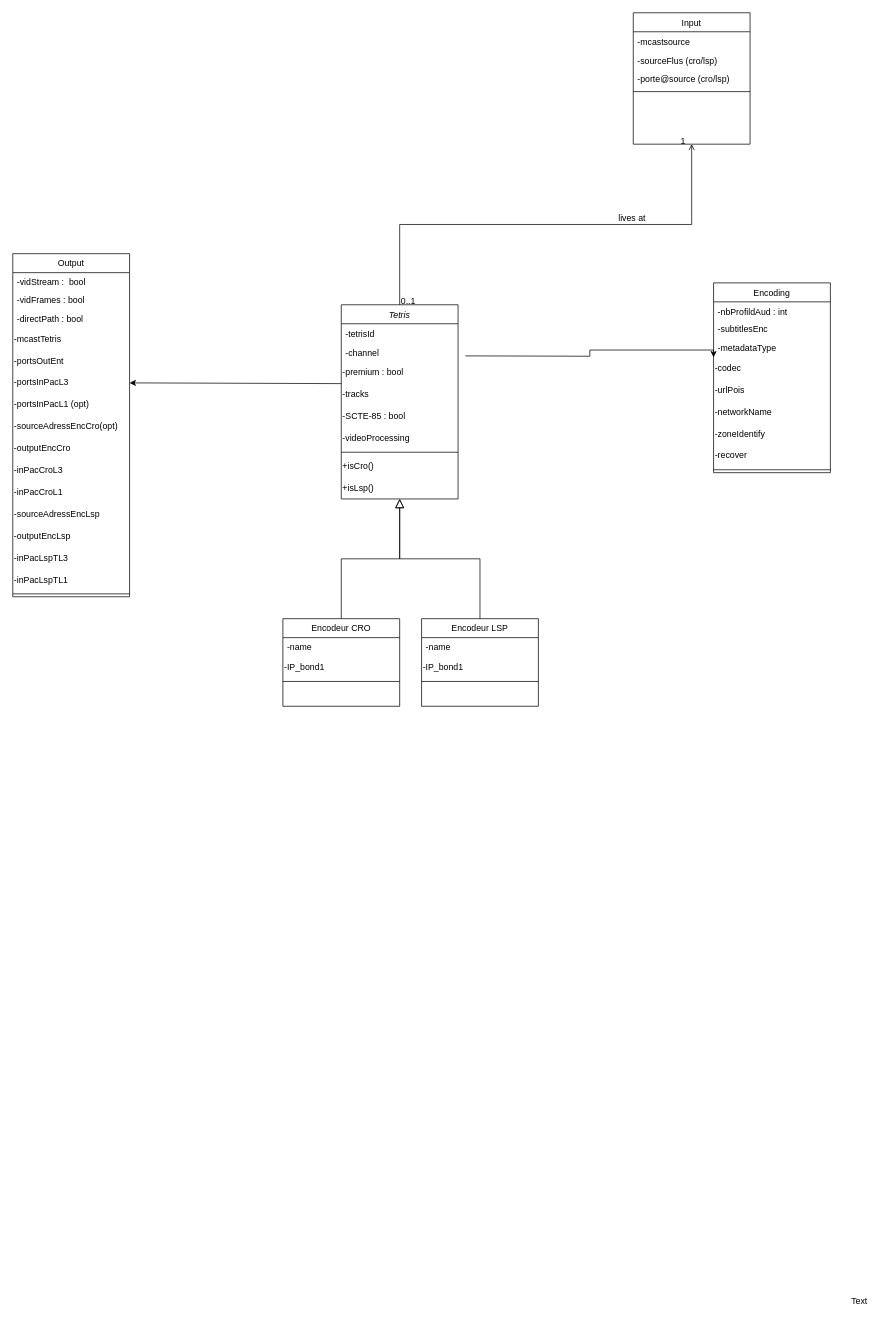
The draw.io diagram Encodeur skyline OTT.drawio in Amegbedji-Thais/api, before the edit. Source tidied: cells renumbered, new cells numbered last; positions are measured from the earlier drawing's top-left corner, leaving out a move shared by most shapes. Both pictures are drawn from the tidied source at 73%, with x=0, y=0 at pixel (12, 12).
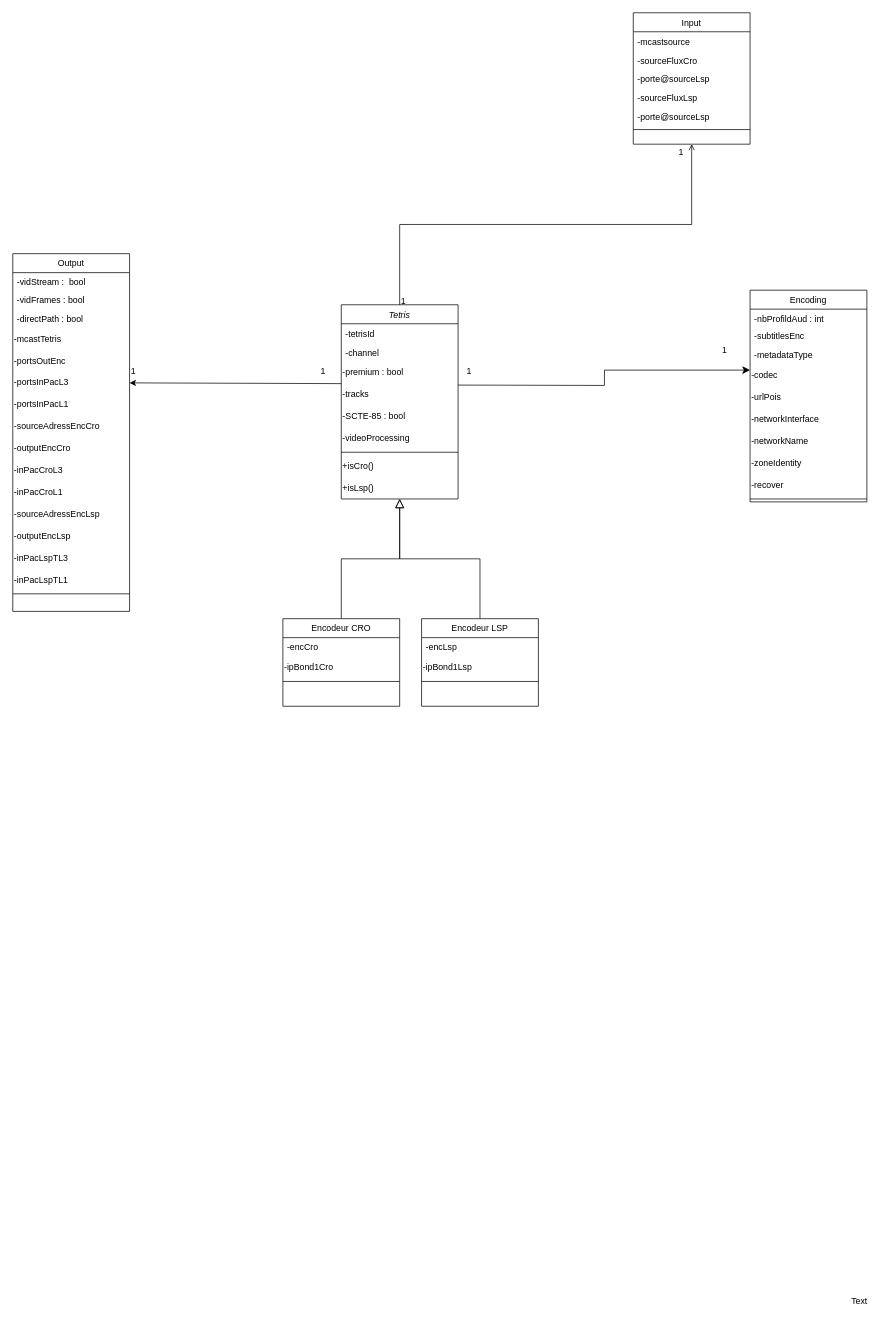
After the change.

The change refers to these unchanged cells:
```xml
<mxCell id="13" value="Encodeur LSP" style="swimlane;fontStyle=0;align=center;verticalAlign=top;horizontal=1;startSize=26;rounded=0;shadow=0;strokeWidth=1;" parent="1" vertex="1">
  <mxGeometry x="560" y="830" width="160" height="120" as="geometry" />
</mxCell>
<mxCell id="18" value="Input" style="swimlane;fontStyle=0;align=center;verticalAlign=top;horizontal=1;startSize=26;rounded=0;shadow=0;strokeWidth=1;" parent="1" vertex="1">
  <mxGeometry x="850" width="160" height="180" as="geometry" />
</mxCell>
<mxCell id="23" style="endArrow=open;shadow=0;strokeWidth=1;rounded=0;endFill=1;edgeStyle=elbowEdgeStyle;elbow=vertical;" parent="1" edge="1" source="2" target="18">
  <mxGeometry x="0.5" y="41" relative="1" as="geometry">
    <mxPoint x="-40" y="32" as="offset" />
  </mxGeometry>
</mxCell>
<mxCell id="27" value="Encodeur CRO" style="swimlane;fontStyle=0;align=center;verticalAlign=top;horizontal=1;startSize=26;rounded=0;shadow=0;strokeWidth=1;" parent="1" vertex="1">
  <mxGeometry x="370" y="830" width="160" height="120" as="geometry" />
</mxCell>
<mxCell id="35" value="-codec" style="text;html=1;strokeColor=none;fillColor=none;align=left;verticalAlign=middle;whiteSpace=wrap;rounded=0;" parent="31" vertex="1">
  <mxGeometry y="102" width="160" height="30" as="geometry" />
</mxCell>
```

Change to the diagram source:
```diff
@@
-    <mxCell id="14" value="-name&#10;" style="text;align=left;verticalAlign=top;spacingLeft=4;spacingRight=4;overflow=hidden;" parent="13" vertex="1">
+    <mxCell id="14" value="-encLsp" style="text;align=left;verticalAlign=top;spacingLeft=4;spacingRight=4;overflow=hidden;" parent="13" vertex="1">
       <mxGeometry y="26" width="160" height="26" as="geometry" />
     </mxCell>
-    <mxCell id="15" value="-IP_bond1" style="text;html=1;strokeColor=none;fillColor=none;align=left;verticalAlign=middle;whiteSpace=wrap;rounded=0;" parent="13" vertex="1">
+    <mxCell id="15" value="-ipBond1Lsp" style="text;html=1;strokeColor=none;fillColor=none;align=left;verticalAlign=middle;whiteSpace=wrap;rounded=0;" parent="13" vertex="1">
       <mxGeometry y="52" width="160" height="30" as="geometry" />
     </mxCell>
@@
-    <mxCell id="20" value="-sourceFlus (cro/lsp)" style="text;align=left;verticalAlign=top;spacingLeft=4;spacingRight=4;overflow=hidden;rounded=0;shadow=0;html=0;" parent="18" vertex="1">
+    <mxCell id="20" value="-sourceFluxCro" style="text;align=left;verticalAlign=top;spacingLeft=4;spacingRight=4;overflow=hidden;rounded=0;shadow=0;html=0;" parent="18" vertex="1">
       <mxGeometry y="52" width="160" height="26" as="geometry" />
     </mxCell>
-    <mxCell id="21" value="-porte@source (cro/lsp)" style="text;align=left;verticalAlign=top;spacingLeft=4;spacingRight=4;overflow=hidden;rounded=0;shadow=0;html=0;" parent="18" vertex="1">
+    <mxCell id="21" value="-porte@sourceLsp" style="text;align=left;verticalAlign=top;spacingLeft=4;spacingRight=4;overflow=hidden;rounded=0;shadow=0;html=0;" parent="18" vertex="1">
       <mxGeometry y="78" width="160" height="26" as="geometry" />
     </mxCell>
+    <mxCell id="61" value="-sourceFluxLsp" style="text;align=left;verticalAlign=top;spacingLeft=4;spacingRight=4;overflow=hidden;rounded=0;shadow=0;html=0;" parent="18" vertex="1">
+      <mxGeometry y="104" width="160" height="26" as="geometry" />
+    </mxCell>
+    <mxCell id="62" value="-porte@sourceLsp" style="text;align=left;verticalAlign=top;spacingLeft=4;spacingRight=4;overflow=hidden;rounded=0;shadow=0;html=0;" parent="18" vertex="1">
+      <mxGeometry y="130" width="160" height="26" as="geometry" />
+    </mxCell>
     <mxCell id="22" style="line;html=1;strokeWidth=1;align=left;verticalAlign=middle;spacingTop=-1;spacingLeft=3;spacingRight=3;labelPosition=right;" parent="18" vertex="1">
-      <mxGeometry y="104" width="160" height="8" as="geometry" />
+      <mxGeometry y="156" width="160" height="8" as="geometry" />
     </mxCell>
@@
-    <mxCell id="24" value="0..1" style="align=left;verticalAlign=bottom;labelBackgroundColor=none;fontSize=12;" parent="23" vertex="1">
+    <mxCell id="24" value="1" style="align=left;verticalAlign=bottom;labelBackgroundColor=none;fontSize=12;" parent="23" vertex="1">
       <mxGeometry x="-1" relative="1" as="geometry">
         <mxPoint y="4" as="offset" />
       </mxGeometry>
     </mxCell>
     <mxCell id="25" value="1" style="align=right;verticalAlign=bottom;labelBackgroundColor=none;fontSize=12;" parent="23" vertex="1">
       <mxGeometry x="1" relative="1" as="geometry">
-        <mxPoint x="-7" y="4" as="offset" />
+        <mxPoint x="-10" y="20" as="offset" />
       </mxGeometry>
     </mxCell>
-    <mxCell id="26" value="lives at" style="text;html=1;align=center;verticalAlign=middle;labelBackgroundColor=none;rounded=0;shadow=0;strokeWidth=1;fontSize=12;" parent="23" vertex="1">
-      <mxGeometry x="0.5" y="49" relative="1" as="geometry">
-        <mxPoint x="-38" y="40" as="offset" />
-      </mxGeometry>
-    </mxCell>
+    <mxCell id="63" value="1" style="align=left;verticalAlign=bottom;labelBackgroundColor=none;fontSize=12;" parent="23" vertex="1">
+      <mxGeometry x="-1" relative="1" as="geometry">
+        <mxPoint x="-370" y="100" as="offset" />
+      </mxGeometry>
+    </mxCell>
+    <mxCell id="64" value="1" style="align=left;verticalAlign=bottom;labelBackgroundColor=none;fontSize=12;" parent="23" vertex="1">
+      <mxGeometry x="-1" relative="1" as="geometry">
+        <mxPoint x="-110" y="100" as="offset" />
+      </mxGeometry>
+    </mxCell>
+    <mxCell id="65" value="1" style="align=left;verticalAlign=bottom;labelBackgroundColor=none;fontSize=12;" parent="23" vertex="1">
+      <mxGeometry x="-1" relative="1" as="geometry">
+        <mxPoint x="440" y="70" as="offset" />
+      </mxGeometry>
+    </mxCell>
+    <mxCell id="66" value="1" style="align=left;verticalAlign=bottom;labelBackgroundColor=none;fontSize=12;" parent="23" vertex="1">
+      <mxGeometry x="-1" relative="1" as="geometry">
+        <mxPoint x="90" y="100" as="offset" />
+      </mxGeometry>
+    </mxCell>
@@
-    <mxCell id="28" value="-name&#10;" style="text;align=left;verticalAlign=top;spacingLeft=4;spacingRight=4;overflow=hidden;" parent="27" vertex="1">
+    <mxCell id="28" value="-encCro" style="text;align=left;verticalAlign=top;spacingLeft=4;spacingRight=4;overflow=hidden;" parent="27" vertex="1">
       <mxGeometry y="26" width="160" height="26" as="geometry" />
     </mxCell>
-    <mxCell id="29" value="-IP_bond1" style="text;html=1;strokeColor=none;fillColor=none;align=left;verticalAlign=middle;whiteSpace=wrap;rounded=0;" parent="27" vertex="1">
+    <mxCell id="29" value="-ipBond1Cro" style="text;html=1;strokeColor=none;fillColor=none;align=left;verticalAlign=middle;whiteSpace=wrap;rounded=0;" parent="27" vertex="1">
       <mxGeometry y="52" width="160" height="30" as="geometry" />
     </mxCell>
@@
     <mxCell id="31" value="Encoding" style="swimlane;fontStyle=0;align=center;verticalAlign=top;horizontal=1;startSize=26;rounded=0;shadow=0;strokeWidth=1;" parent="1" vertex="1">
-      <mxGeometry x="960" y="370" width="160" height="260" as="geometry" />
+      <mxGeometry x="1010" y="380" width="160" height="290" as="geometry" />
     </mxCell>
@@
+    <mxCell id="67" value="-networkInterface" style="text;html=1;strokeColor=none;fillColor=none;align=left;verticalAlign=middle;whiteSpace=wrap;rounded=0;" parent="31" vertex="1">
+      <mxGeometry y="162" width="160" height="30" as="geometry" />
+    </mxCell>
     <mxCell id="37" value="&lt;div style=&quot;&quot;&gt;&lt;span style=&quot;background-color: initial;&quot;&gt;-networkName&lt;/span&gt;&lt;/div&gt;" style="text;html=1;strokeColor=none;fillColor=none;align=left;verticalAlign=middle;whiteSpace=wrap;rounded=0;" parent="31" vertex="1">
-      <mxGeometry y="162" width="160" height="30" as="geometry" />
+      <mxGeometry y="192" width="160" height="30" as="geometry" />
     </mxCell>
-    <mxCell id="38" value="-zoneIdentify" style="text;html=1;strokeColor=none;fillColor=none;align=left;verticalAlign=middle;whiteSpace=wrap;rounded=0;" parent="31" vertex="1">
-      <mxGeometry y="192" width="160" height="30" as="geometry" />
+    <mxCell id="38" value="-zoneIdentity" style="text;html=1;strokeColor=none;fillColor=none;align=left;verticalAlign=middle;whiteSpace=wrap;rounded=0;" parent="31" vertex="1">
+      <mxGeometry y="222" width="160" height="30" as="geometry" />
     </mxCell>
     <mxCell id="39" value="-recover" style="text;html=1;strokeColor=none;fillColor=none;align=left;verticalAlign=middle;whiteSpace=wrap;rounded=0;" parent="31" vertex="1">
-      <mxGeometry y="222" width="160" height="30" as="geometry" />
+      <mxGeometry y="252" width="160" height="30" as="geometry" />
     </mxCell>
     <mxCell id="40" style="line;html=1;strokeWidth=1;align=left;verticalAlign=middle;spacingTop=-1;spacingLeft=3;spacingRight=3;labelPosition=right;" parent="31" vertex="1">
-      <mxGeometry y="252" width="160" height="8" as="geometry" />
+      <mxGeometry y="282" width="160" height="8" as="geometry" />
     </mxCell>
@@
     <mxCell id="42" value="Output" style="swimlane;fontStyle=0;align=center;verticalAlign=top;horizontal=1;startSize=26;rounded=0;shadow=0;strokeWidth=1;" parent="1" vertex="1">
-      <mxGeometry y="330" width="160" height="470" as="geometry" />
+      <mxGeometry y="330" width="160" height="490" as="geometry" />
     </mxCell>
@@
-    <mxCell id="47" value="-portsOutEnt" style="text;html=1;strokeColor=none;fillColor=none;align=left;verticalAlign=middle;whiteSpace=wrap;rounded=0;" parent="42" vertex="1">
+    <mxCell id="47" value="-portsOutEnc" style="text;html=1;strokeColor=none;fillColor=none;align=left;verticalAlign=middle;whiteSpace=wrap;rounded=0;" parent="42" vertex="1">
       <mxGeometry y="132" width="160" height="30" as="geometry" />
     </mxCell>
@@
-    <mxCell id="49" value="-portsInPacL1 (opt)" style="text;html=1;strokeColor=none;fillColor=none;align=left;verticalAlign=middle;whiteSpace=wrap;rounded=0;" parent="42" vertex="1">
+    <mxCell id="49" value="-portsInPacL1" style="text;html=1;strokeColor=none;fillColor=none;align=left;verticalAlign=middle;whiteSpace=wrap;rounded=0;" parent="42" vertex="1">
       <mxGeometry y="192" width="160" height="30" as="geometry" />
     </mxCell>
-    <mxCell id="50" value="-sourceAdressEncCro(opt)" style="text;html=1;strokeColor=none;fillColor=none;align=left;verticalAlign=middle;whiteSpace=wrap;rounded=0;" parent="42" vertex="1">
+    <mxCell id="50" value="-sourceAdressEncCro" style="text;html=1;strokeColor=none;fillColor=none;align=left;verticalAlign=middle;whiteSpace=wrap;rounded=0;" parent="42" vertex="1">
       <mxGeometry y="222" width="160" height="30" as="geometry" />
     </mxCell>
@@
-    <mxCell id="59" style="endArrow=classic;html=1;rounded=0;entryX=0;entryY=0;entryDx=0;entryDy=0;edgeStyle=orthogonalEdgeStyle;" parent="1" edge="1" target="35">
-      <mxGeometry relative="1" as="geometry">
-        <mxPoint x="620" y="470" as="sourcePoint" />
-      </mxGeometry>
-    </mxCell>
@@
+    <mxCell id="68" style="edgeStyle=orthogonalEdgeStyle;endArrow=classic;html=1;rounded=0;endSize=8;startSize=8;entryX=0;entryY=0.25;entryDx=0;entryDy=0;" parent="1" edge="1" target="35">
+      <mxGeometry relative="1" as="geometry">
+        <mxPoint x="610" y="510" as="sourcePoint" />
+      </mxGeometry>
+    </mxCell>
```
